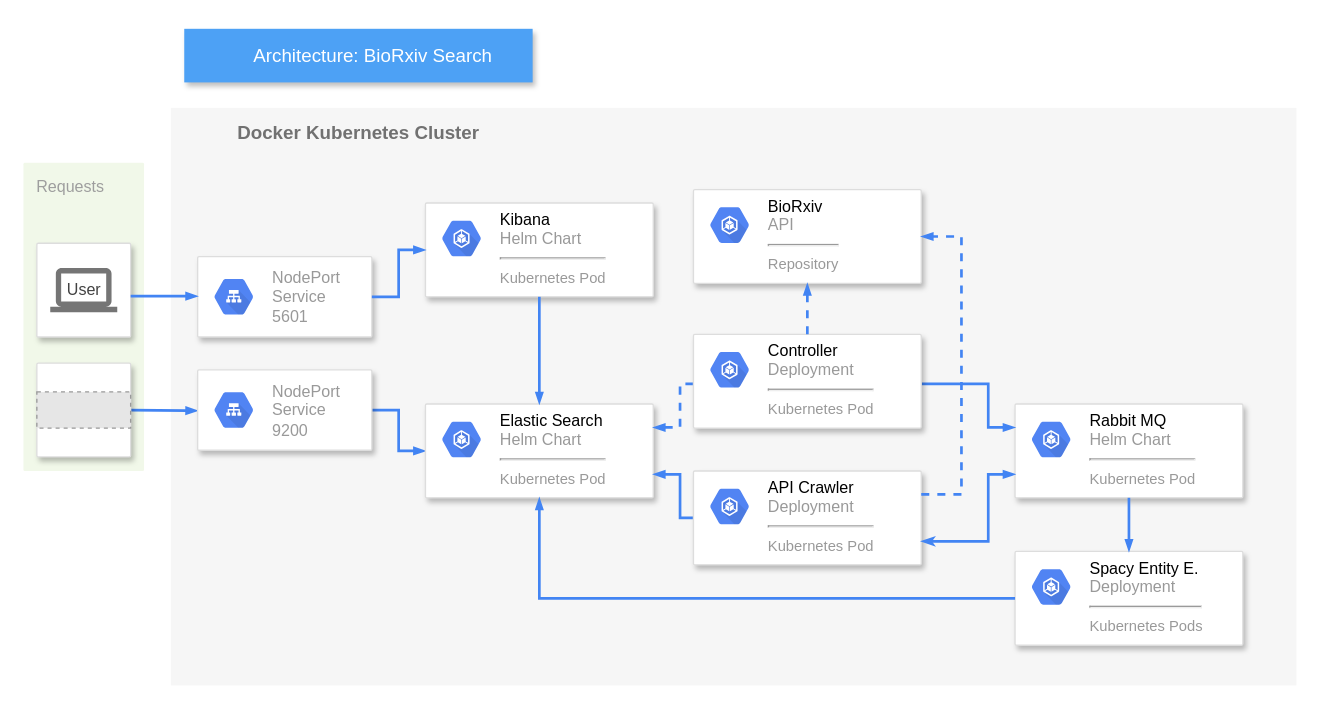
This is bioRxiv Search/Diagramas/Diagrama de arquitectura.drawio from EduardoGC715/2023-02-2019073558-IC4302, a draw.io file, before an edit. Source tidied: cells renumbered, new cells numbered last; positions are measured from the earlier drawing's top-left corner, leaving out a move shared by most shapes. Both pictures are drawn from the tidied source at 134%, with x=0, y=0 at pixel (23, 28). Pictures stored in the file or linked from it are replaced by grey dashed boxes.
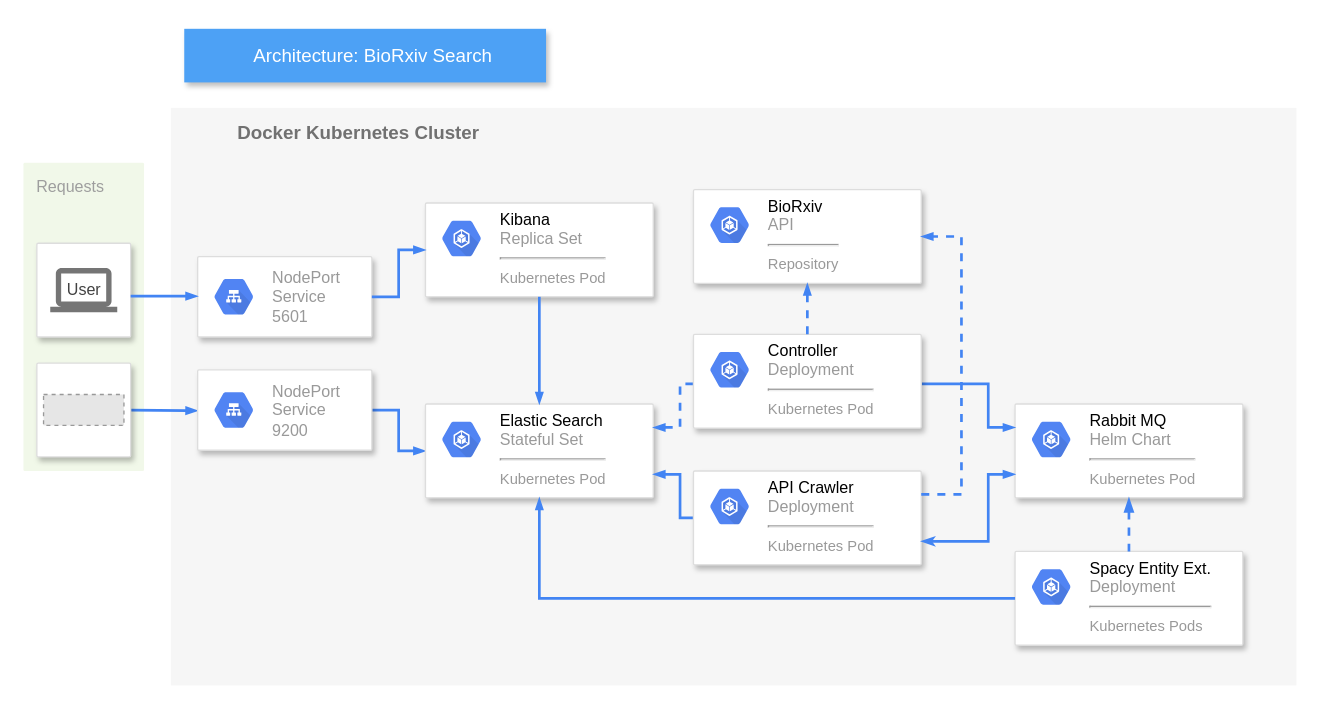
The same diagram, later.

The change refers to these unchanged cells:
```xml
<mxCell id="10" style="strokeColor=#dddddd;fillColor=#ffffff;shadow=1;strokeWidth=1;rounded=1;absoluteArcSize=1;arcSize=2;fontSize=11;fontColor=#9E9E9E;align=center;html=1;" parent="1" vertex="1">
  <mxGeometry x="740" y="390" width="170" height="70" as="geometry" />
</mxCell>
<mxCell id="17" style="strokeColor=#dddddd;fillColor=#ffffff;shadow=1;strokeWidth=1;rounded=1;absoluteArcSize=1;arcSize=2;fontSize=11;fontColor=#9E9E9E;align=center;html=1;" parent="1" vertex="1">
  <mxGeometry x="740" y="280" width="170" height="70" as="geometry" />
</mxCell>
<mxCell id="21" style="strokeColor=#dddddd;fillColor=#ffffff;shadow=1;strokeWidth=1;rounded=1;absoluteArcSize=1;arcSize=2;fontSize=11;fontColor=#9E9E9E;align=center;html=1;" parent="1" vertex="1">
  <mxGeometry x="300" y="130" width="170" height="70" as="geometry" />
</mxCell>
<mxCell id="23" style="strokeColor=#dddddd;fillColor=#ffffff;shadow=1;strokeWidth=1;rounded=1;absoluteArcSize=1;arcSize=2;fontSize=11;fontColor=#9E9E9E;align=center;html=1;" parent="1" vertex="1">
  <mxGeometry x="300" y="280" width="170" height="70" as="geometry" />
</mxCell>
```

Change to the diagram source:
```diff
@@
     <mxCell id="4" value="Architecture: BioRxiv Search" style="fillColor=#4DA1F5;strokeColor=none;shadow=1;gradientColor=none;fontSize=14;align=left;spacingLeft=50;fontColor=#ffffff;html=1;" parent="1" vertex="1">
-      <mxGeometry x="120" width="260" height="40" as="geometry" />
+      <mxGeometry x="120" width="270" height="40" as="geometry" />
     </mxCell>
@@
-    <mxCell id="11" value="&lt;font color=&quot;#000000&quot;&gt;Spacy Entity E.&lt;/font&gt;&lt;br&gt;Deployment&lt;hr&gt;&lt;font style=&quot;font-size: 11px&quot;&gt;Kubernetes Pods&lt;/font&gt;" style="dashed=0;html=1;fillColor=#5184F3;strokeColor=none;shape=mxgraph.gcp2.hexIcon;prIcon=container_engine;labelPosition=right;verticalLabelPosition=middle;align=left;verticalAlign=top;spacingLeft=5;fontColor=#999999;fontSize=12;spacingTop=-8;" parent="10" vertex="1">
+    <mxCell id="11" value="&lt;font color=&quot;#000000&quot;&gt;Spacy Entity Ext.&lt;/font&gt;&lt;br&gt;Deployment&lt;hr&gt;&lt;font style=&quot;font-size: 11px&quot;&gt;Kubernetes Pods&lt;/font&gt;" style="dashed=0;html=1;fillColor=#5184F3;strokeColor=none;shape=mxgraph.gcp2.hexIcon;prIcon=container_engine;labelPosition=right;verticalLabelPosition=middle;align=left;verticalAlign=top;spacingLeft=5;fontColor=#999999;fontSize=12;spacingTop=-8;" parent="10" vertex="1">
       <mxGeometry width="44" height="39" relative="1" as="geometry">
         <mxPoint x="5" y="7" as="offset" />
       </mxGeometry>
     </mxCell>
@@
     <mxCell id="16" style="fillColor=#E6E6E6;strokeColor=#999999;dashed=1;verticalLabelPosition=bottom;labelBackgroundColor=default;verticalAlign=top;" parent="1" vertex="1">
-      <mxGeometry x="10" y="271" width="70" height="27" as="geometry" />
+      <mxGeometry x="15" y="272.9" width="60" height="23.1" as="geometry" />
     </mxCell>
@@
-    <mxCell id="22" value="&lt;font color=&quot;#000000&quot;&gt;Kibana&lt;/font&gt;&lt;br&gt;Helm Chart&lt;hr&gt;&lt;font style=&quot;font-size: 11px&quot;&gt;Kubernetes Pod&lt;/font&gt;" style="dashed=0;html=1;fillColor=#5184F3;strokeColor=none;shape=mxgraph.gcp2.hexIcon;prIcon=container_engine;labelPosition=right;verticalLabelPosition=middle;align=left;verticalAlign=top;spacingLeft=5;fontColor=#999999;fontSize=12;spacingTop=-8;" parent="21" vertex="1">
+    <mxCell id="22" value="&lt;font color=&quot;#000000&quot;&gt;Kibana&lt;/font&gt;&lt;br&gt;Replica Set&lt;hr&gt;&lt;font style=&quot;font-size: 11px&quot;&gt;Kubernetes Pod&lt;/font&gt;" style="dashed=0;html=1;fillColor=#5184F3;strokeColor=none;shape=mxgraph.gcp2.hexIcon;prIcon=container_engine;labelPosition=right;verticalLabelPosition=middle;align=left;verticalAlign=top;spacingLeft=5;fontColor=#999999;fontSize=12;spacingTop=-8;" parent="21" vertex="1">
       <mxGeometry width="44" height="39" relative="1" as="geometry">
         <mxPoint x="5" y="7" as="offset" />
       </mxGeometry>
     </mxCell>
@@
-    <mxCell id="24" value="&lt;font color=&quot;#000000&quot;&gt;Elastic Search&lt;/font&gt;&lt;br&gt;Helm Chart&lt;hr&gt;&lt;font style=&quot;font-size: 11px&quot;&gt;Kubernetes Pod&lt;/font&gt;" style="dashed=0;html=1;fillColor=#5184F3;strokeColor=none;shape=mxgraph.gcp2.hexIcon;prIcon=container_engine;labelPosition=right;verticalLabelPosition=middle;align=left;verticalAlign=top;spacingLeft=5;fontColor=#999999;fontSize=12;spacingTop=-8;" parent="23" vertex="1">
+    <mxCell id="24" value="&lt;font color=&quot;#000000&quot;&gt;Elastic Search&lt;/font&gt;&lt;br&gt;Stateful Set&lt;hr&gt;&lt;font style=&quot;font-size: 11px&quot;&gt;Kubernetes Pod&lt;/font&gt;" style="dashed=0;html=1;fillColor=#5184F3;strokeColor=none;shape=mxgraph.gcp2.hexIcon;prIcon=container_engine;labelPosition=right;verticalLabelPosition=middle;align=left;verticalAlign=top;spacingLeft=5;fontColor=#999999;fontSize=12;spacingTop=-8;" parent="23" vertex="1">
       <mxGeometry width="44" height="39" relative="1" as="geometry">
         <mxPoint x="5" y="7" as="offset" />
       </mxGeometry>
     </mxCell>
@@
-    <mxCell id="30" style="edgeStyle=orthogonalEdgeStyle;rounded=0;elbow=vertical;html=1;labelBackgroundColor=none;startFill=0;startSize=4;endArrow=blockThin;endFill=1;endSize=4;jettySize=auto;strokeColor=#4284F3;strokeWidth=2;fontSize=12;fontColor=#000000;align=left;dashed=0;entryX=0.5;entryY=0;entryDx=0;entryDy=0;exitX=0.5;exitY=1;exitDx=0;exitDy=0;startArrow=none;" parent="1" edge="1" source="17" target="10">
+    <mxCell id="30" style="edgeStyle=orthogonalEdgeStyle;rounded=0;elbow=vertical;html=1;labelBackgroundColor=none;startFill=1;endArrow=none;endFill=0;jettySize=auto;strokeColor=#4284F3;strokeWidth=2;fontSize=12;fontColor=#000000;align=left;dashed=1;entryX=0.5;entryY=0;entryDx=0;entryDy=0;exitX=0.5;exitY=1;exitDx=0;exitDy=0;startArrow=blockThin;" parent="1" edge="1" source="17" target="10">
       <mxGeometry relative="1" as="geometry">
         <Array as="points">
           <mxPoint x="825" y="380" />
           <mxPoint x="825" y="380" />
         </Array>
       </mxGeometry>
     </mxCell>
```
